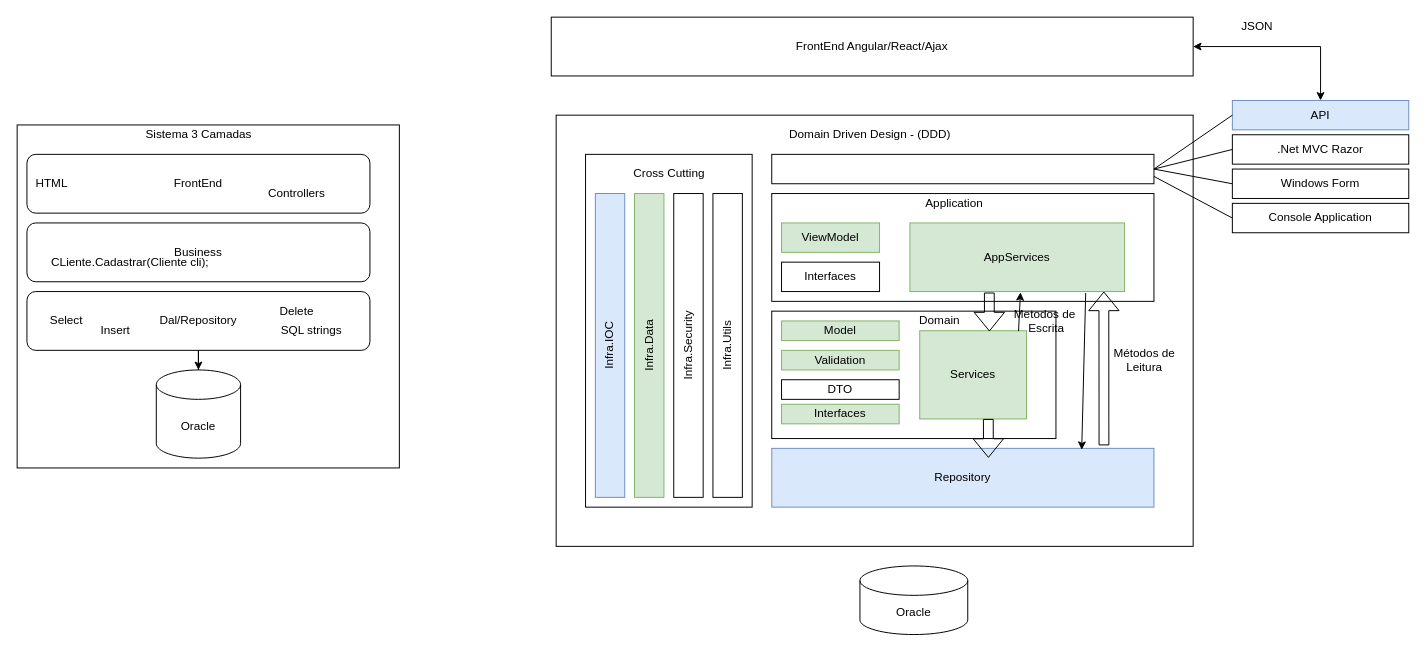
Before: page "DDD" (1 of 7) of docs/diagrams.drawio in lfv500/LuBank, a draw.io diagram. Source tidied: cells renumbered, new cells numbered last; positions are measured from the earlier drawing's top-left corner, leaving out a move shared by most shapes. Both pictures are drawn from the tidied source at 98%, with x=0, y=0 at pixel (17, 17).
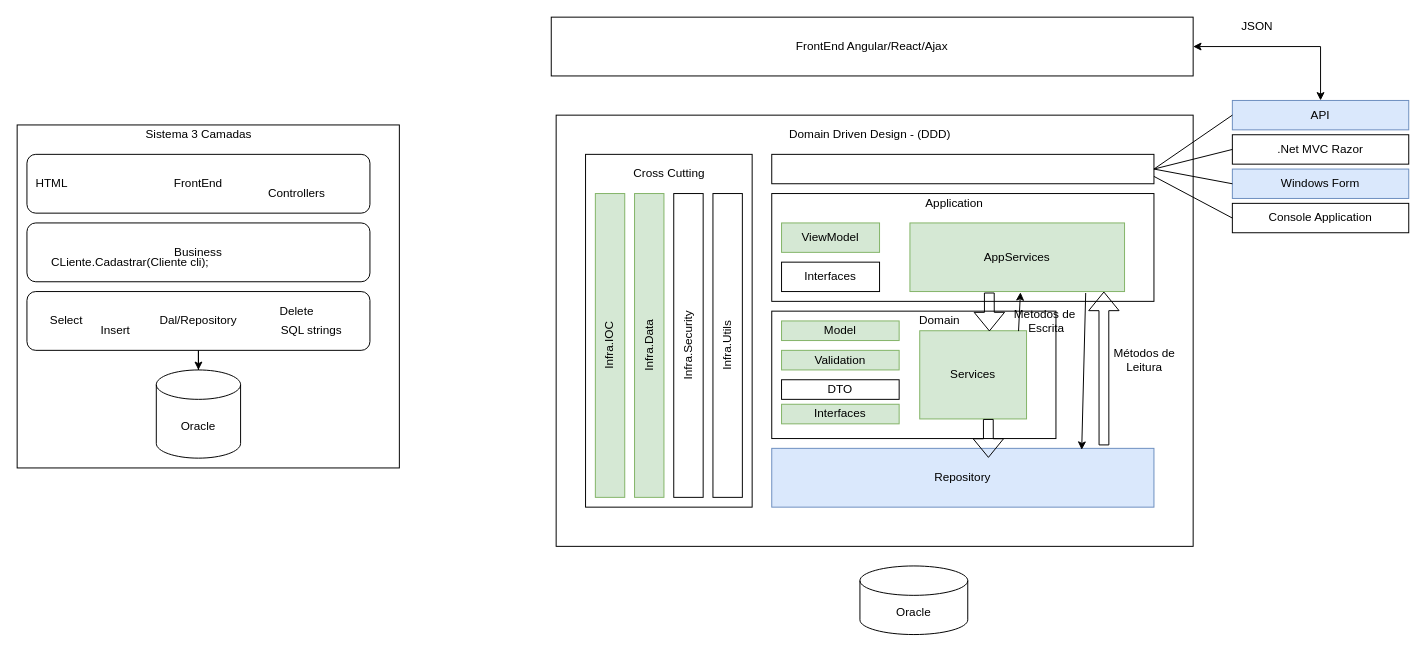
After the change.

Commit message (it also covers changes not shown here):
Implementação projeto Windows Form

Diff of the diagram source:
```diff
@@
-    <mxCell id="38" value="Infra.IOC" style="rounded=0;whiteSpace=wrap;html=1;horizontal=0;fillColor=#dae8fc;strokeColor=#6c8ebf;" parent="1" vertex="1">
+    <mxCell id="38" value="Infra.IOC" style="rounded=0;whiteSpace=wrap;html=1;horizontal=0;fillColor=#d5e8d4;strokeColor=#82b366;" parent="1" vertex="1">
       <mxGeometry x="590" y="180" width="30" height="310" as="geometry" />
     </mxCell>
@@
-    <mxCell id="50" value="Windows Form" style="rounded=0;whiteSpace=wrap;html=1;" parent="1" vertex="1">
+    <mxCell id="50" value="Windows Form" style="rounded=0;whiteSpace=wrap;html=1;fillColor=#dae8fc;strokeColor=#6c8ebf;" parent="1" vertex="1">
       <mxGeometry x="1240" y="155" width="180" height="30" as="geometry" />
     </mxCell>
```
